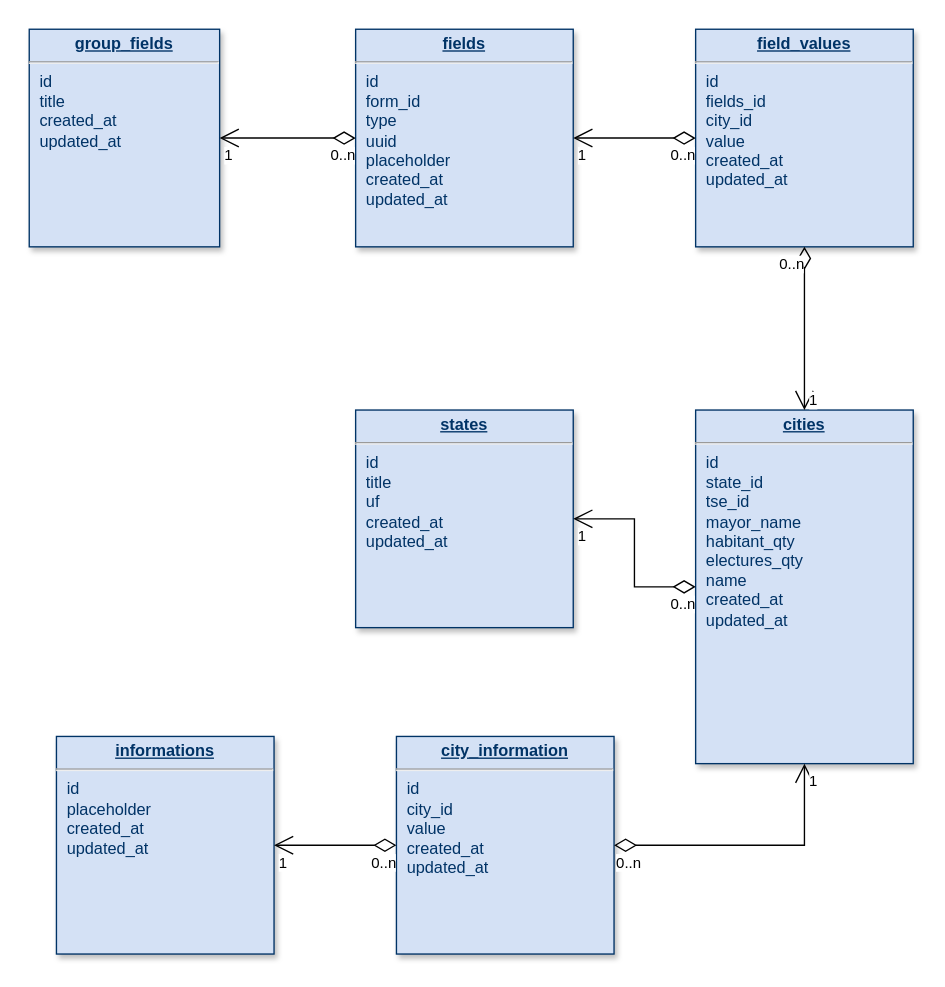
rodolfoneto/mapa-eleitoral keeps this draw.io diagram as static-assets/mer.drawio. Above is the earlier version. Source tidied: cells renumbered, new cells numbered last; positions are measured from the earlier drawing's top-left corner, leaving out a move shared by most shapes. Both pictures are drawn from the tidied source at 136%, with x=0, y=0 at pixel (29, 29).
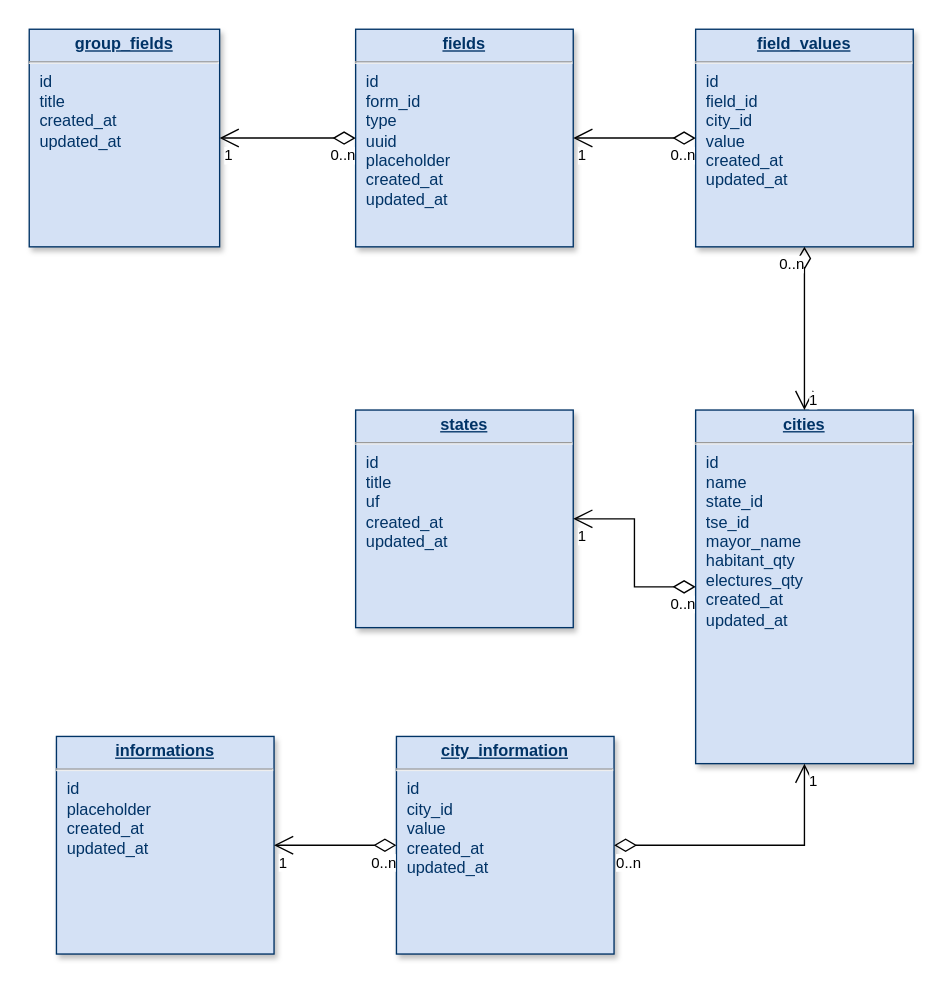
After the change.

Diff of the diagram source:
```diff
@@
-    <mxCell id="7" value="&lt;p style=&quot;margin: 0px ; margin-top: 4px ; text-align: center ; text-decoration: underline&quot;&gt;&lt;b&gt;field_values&lt;/b&gt;&lt;/p&gt;&lt;hr&gt;&lt;p style=&quot;margin: 0px ; margin-left: 8px&quot;&gt;id&lt;/p&gt;&lt;p style=&quot;margin: 0px ; margin-left: 8px&quot;&gt;fields_id&lt;/p&gt;&lt;p style=&quot;margin: 0px ; margin-left: 8px&quot;&gt;city_id&lt;/p&gt;&lt;p style=&quot;margin: 0px ; margin-left: 8px&quot;&gt;value&lt;/p&gt;&lt;p style=&quot;margin: 0px ; margin-left: 8px&quot;&gt;created_at&lt;/p&gt;&lt;p style=&quot;margin: 0px ; margin-left: 8px&quot;&gt;updated_at&lt;/p&gt;" style="verticalAlign=top;align=left;overflow=fill;fontSize=12;fontFamily=Helvetica;html=1;strokeColor=#003366;shadow=1;fillColor=#D4E1F5;fontColor=#003366;" parent="1" vertex="1">
+    <mxCell id="7" value="&lt;p style=&quot;margin: 0px ; margin-top: 4px ; text-align: center ; text-decoration: underline&quot;&gt;&lt;b&gt;field_values&lt;/b&gt;&lt;/p&gt;&lt;hr&gt;&lt;p style=&quot;margin: 0px ; margin-left: 8px&quot;&gt;id&lt;/p&gt;&lt;p style=&quot;margin: 0px ; margin-left: 8px&quot;&gt;field_id&lt;/p&gt;&lt;p style=&quot;margin: 0px ; margin-left: 8px&quot;&gt;city_id&lt;/p&gt;&lt;p style=&quot;margin: 0px ; margin-left: 8px&quot;&gt;value&lt;/p&gt;&lt;p style=&quot;margin: 0px ; margin-left: 8px&quot;&gt;created_at&lt;/p&gt;&lt;p style=&quot;margin: 0px ; margin-left: 8px&quot;&gt;updated_at&lt;/p&gt;" style="verticalAlign=top;align=left;overflow=fill;fontSize=12;fontFamily=Helvetica;html=1;strokeColor=#003366;shadow=1;fillColor=#D4E1F5;fontColor=#003366;" parent="1" vertex="1">
       <mxGeometry x="490" width="160" height="160" as="geometry" />
     </mxCell>
-    <mxCell id="8" value="&lt;p style=&quot;margin: 0px ; margin-top: 4px ; text-align: center ; text-decoration: underline&quot;&gt;&lt;b&gt;cities&lt;/b&gt;&lt;/p&gt;&lt;hr&gt;&lt;p style=&quot;margin: 0px ; margin-left: 8px&quot;&gt;id&lt;/p&gt;&lt;p style=&quot;margin: 0px ; margin-left: 8px&quot;&gt;state_id&lt;/p&gt;&lt;p style=&quot;margin: 0px ; margin-left: 8px&quot;&gt;tse_id&lt;br&gt;&lt;/p&gt;&lt;p style=&quot;margin: 0px ; margin-left: 8px&quot;&gt;mayor_name&lt;/p&gt;&lt;p style=&quot;margin: 0px ; margin-left: 8px&quot;&gt;habitant_qty&lt;/p&gt;&lt;p style=&quot;margin: 0px ; margin-left: 8px&quot;&gt;electures_qty&lt;/p&gt;&lt;p style=&quot;margin: 0px ; margin-left: 8px&quot;&gt;name&lt;/p&gt;&lt;p style=&quot;margin: 0px ; margin-left: 8px&quot;&gt;created_at&lt;/p&gt;&lt;p style=&quot;margin: 0px ; margin-left: 8px&quot;&gt;updated_at&lt;/p&gt;" style="verticalAlign=top;align=left;overflow=fill;fontSize=12;fontFamily=Helvetica;html=1;strokeColor=#003366;shadow=1;fillColor=#D4E1F5;fontColor=#003366;" parent="1" vertex="1">
+    <mxCell id="8" value="&lt;p style=&quot;margin: 0px ; margin-top: 4px ; text-align: center ; text-decoration: underline&quot;&gt;&lt;b&gt;cities&lt;/b&gt;&lt;/p&gt;&lt;hr&gt;&lt;p style=&quot;margin: 0px ; margin-left: 8px&quot;&gt;id&lt;/p&gt;&lt;p style=&quot;margin: 0px ; margin-left: 8px&quot;&gt;name&lt;br&gt;&lt;/p&gt;&lt;p style=&quot;margin: 0px ; margin-left: 8px&quot;&gt;state_id&lt;/p&gt;&lt;p style=&quot;margin: 0px ; margin-left: 8px&quot;&gt;tse_id&lt;br&gt;&lt;/p&gt;&lt;p style=&quot;margin: 0px ; margin-left: 8px&quot;&gt;mayor_name&lt;/p&gt;&lt;p style=&quot;margin: 0px ; margin-left: 8px&quot;&gt;habitant_qty&lt;/p&gt;&lt;p style=&quot;margin: 0px ; margin-left: 8px&quot;&gt;electures_qty&lt;/p&gt;&lt;p style=&quot;margin: 0px ; margin-left: 8px&quot;&gt;created_at&lt;/p&gt;&lt;p style=&quot;margin: 0px ; margin-left: 8px&quot;&gt;updated_at&lt;/p&gt;" style="verticalAlign=top;align=left;overflow=fill;fontSize=12;fontFamily=Helvetica;html=1;strokeColor=#003366;shadow=1;fillColor=#D4E1F5;fontColor=#003366;" parent="1" vertex="1">
       <mxGeometry x="490" y="280" width="160" height="260" as="geometry" />
     </mxCell>
```
